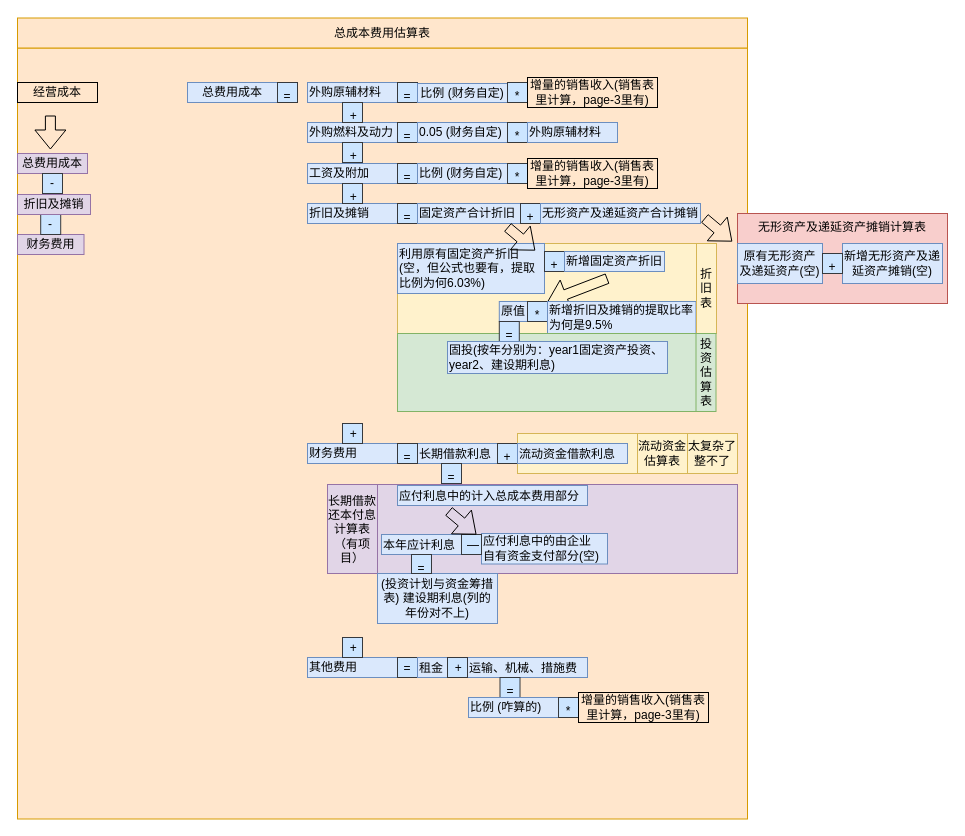
This is page "Page-4 总费用成本" (4 of 5) of Untitled Diagram.drawio from Yatttin/attention-nmt, a draw.io file, before an edit. Source tidied: cells renumbered, new cells numbered last; positions are measured from the earlier drawing's top-left corner, leaving out a move shared by most shapes. Both pictures are drawn from the tidied source at 100%, with x=0, y=0 at pixel (17, 17).
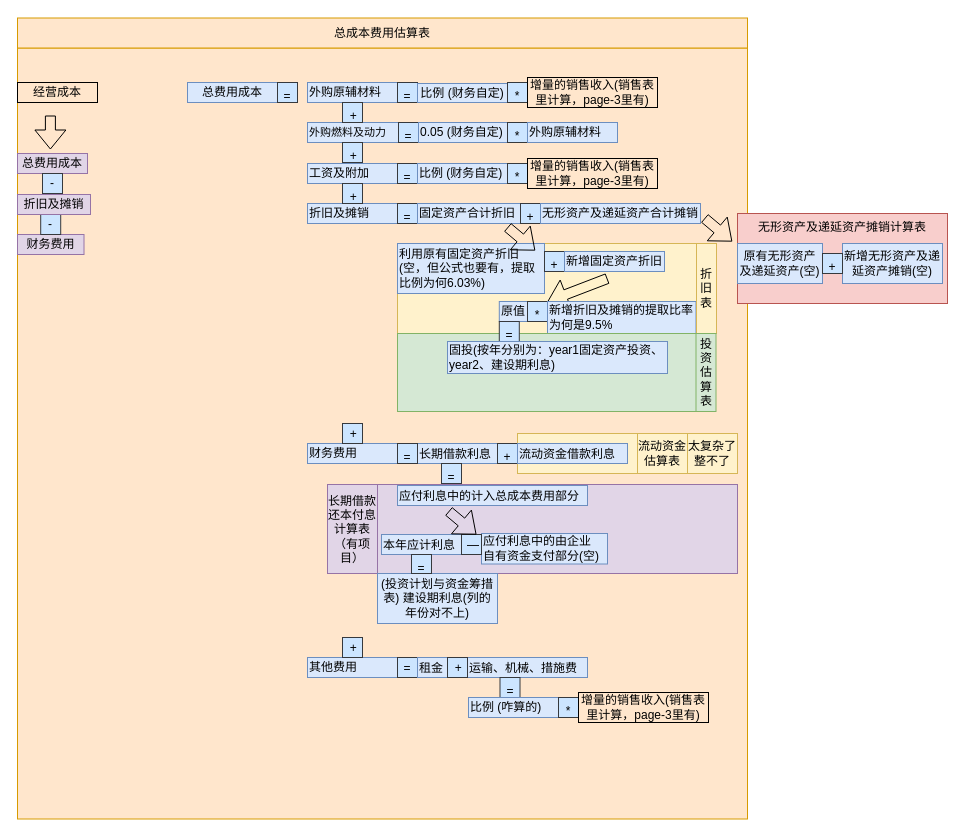
The same page after the edit.

What changed in the source:
```diff
@@
-    <mxCell id="6" value="&lt;span style=&quot;color: rgb(0, 0, 0); font-family: monospace; font-size: 12px; font-style: normal; font-variant-ligatures: normal; font-variant-caps: normal; font-weight: 400; letter-spacing: normal; orphans: 2; text-align: left; text-indent: 0px; text-transform: none; widows: 2; word-spacing: 0px; -webkit-text-stroke-width: 0px; text-decoration-thickness: initial; text-decoration-style: initial; text-decoration-color: initial; float: none; display: inline !important;&quot;&gt;外购燃料及动力&lt;/span&gt;" style="text;whiteSpace=wrap;html=1;fillColor=#dae8fc;strokeColor=#6c8ebf;verticalAlign=bottom;" parent="1" vertex="1">
-      <mxGeometry x="290" y="105" width="90" height="20" as="geometry" />
+    <mxCell id="6" value="&lt;span style=&quot;color: rgb(0, 0, 0); font-family: monospace; font-style: normal; font-variant-ligatures: normal; font-variant-caps: normal; font-weight: 400; letter-spacing: normal; orphans: 2; text-align: left; text-indent: 0px; text-transform: none; widows: 2; word-spacing: 0px; -webkit-text-stroke-width: 0px; text-decoration-thickness: initial; text-decoration-style: initial; text-decoration-color: initial; float: none; display: inline !important;&quot;&gt;&lt;font style=&quot;font-size: 11px;&quot;&gt;外购燃料及动力&lt;/font&gt;&lt;/span&gt;" style="text;whiteSpace=wrap;html=1;fillColor=#dae8fc;strokeColor=#6c8ebf;verticalAlign=bottom;" parent="1" vertex="1">
+      <mxGeometry x="290" y="105" width="110" height="20" as="geometry" />
     </mxCell>
@@
     <mxCell id="21" value="&lt;div style=&quot;&quot;&gt;&lt;span style=&quot;background-color: initial;&quot;&gt;=&lt;/span&gt;&lt;/div&gt;" style="text;whiteSpace=wrap;html=1;fillColor=#cce5ff;strokeColor=#36393d;align=center;" parent="1" vertex="1">
-      <mxGeometry x="380" y="105" width="20" height="20" as="geometry" />
+      <mxGeometry x="381" y="105" width="20" height="20" as="geometry" />
     </mxCell>
     <mxCell id="22" value="0.05 (财务自定)" style="text;align=left;html=1;verticalAlign=middle;whiteSpace=wrap;rounded=0;fillColor=#dae8fc;strokeColor=#6c8ebf;" parent="1" vertex="1">
-      <mxGeometry x="400" y="105" width="90" height="20" as="geometry" />
+      <mxGeometry x="401" y="105" width="90" height="20" as="geometry" />
     </mxCell>
```
